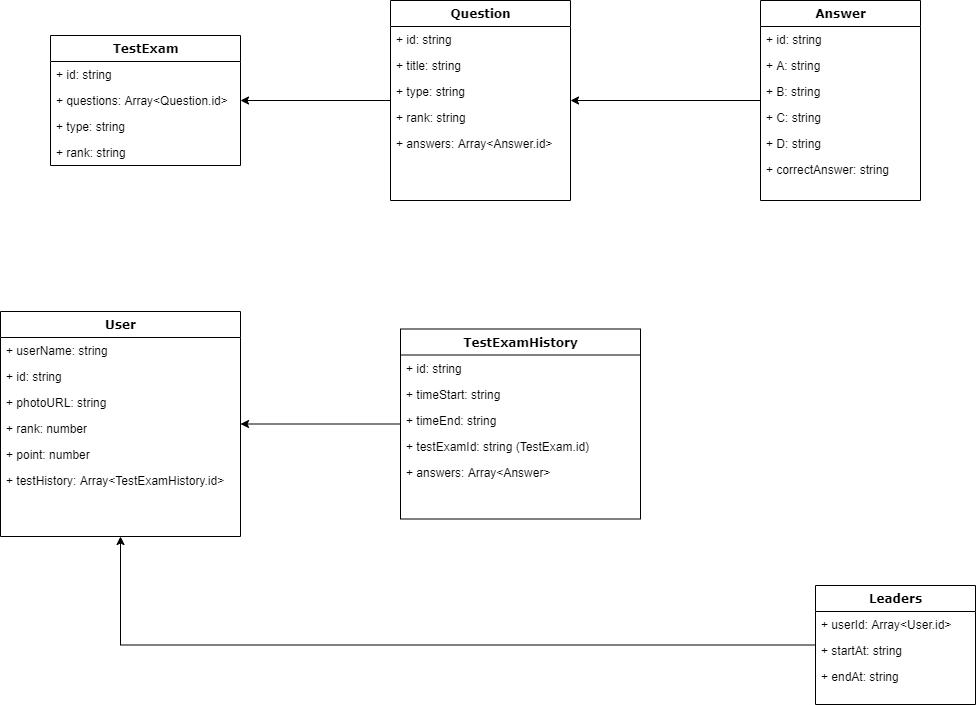
Above: Prototype/Untitled Diagram.png in nguyenbinhanltv/EnQ-server (draw.io), before the change. Source tidied: cells renumbered, new cells last; positions are measured from the earlier drawing's top-left corner, leaving out a move shared by most shapes.
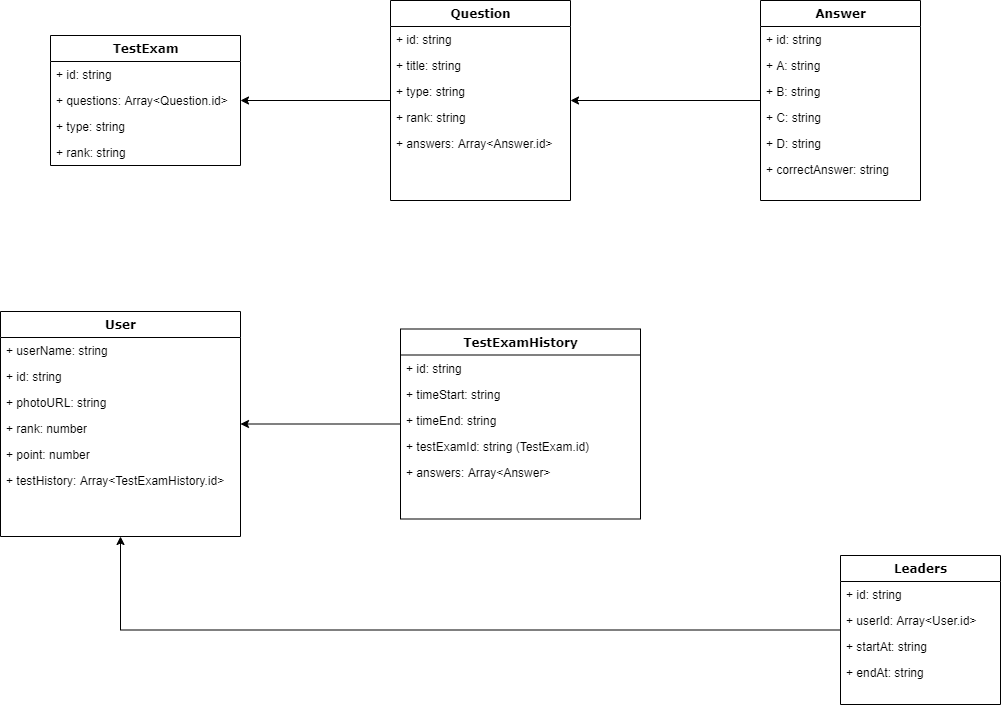
Later version of the same file.

Change to the diagram source:
```diff
@@ -108,16 +108,19 @@
       <mxGeometry relative="1" as="geometry" />
     </mxCell>
     <mxCell id="37" value="Leaders" style="swimlane;html=1;fontStyle=1;align=center;verticalAlign=top;horizontal=1;startSize=26;swimlaneFillColor=#ffffff;rounded=0;shadow=0;comic=0;labelBackgroundColor=none;strokeWidth=1;fillColor=none;fontFamily=Verdana;fontSize=12;" parent="1" vertex="1">
-      <mxGeometry x="815" y="585" width="160" height="119" as="geometry" />
+      <mxGeometry x="840" y="555" width="160" height="149" as="geometry" />
     </mxCell>
+    <mxCell id="40" value="+ id: string" style="text;html=1;strokeColor=none;fillColor=none;align=left;verticalAlign=top;spacingLeft=4;spacingRight=4;whiteSpace=wrap;overflow=hidden;" parent="37" vertex="1">
+      <mxGeometry y="26" width="160" height="26" as="geometry" />
+    </mxCell>
     <mxCell id="38" value="+ userId: Array&amp;lt;User.id&amp;gt;" style="text;html=1;strokeColor=none;fillColor=none;align=left;verticalAlign=top;spacingLeft=4;spacingRight=4;whiteSpace=wrap;overflow=hidden;" parent="37" vertex="1">
-      <mxGeometry y="26" width="160" height="26" as="geometry" />
+      <mxGeometry y="52" width="160" height="26" as="geometry" />
     </mxCell>
     <mxCell id="39" value="+ startAt: string" style="text;html=1;strokeColor=none;fillColor=none;align=left;verticalAlign=top;spacingLeft=4;spacingRight=4;whiteSpace=wrap;overflow=hidden;" parent="37" vertex="1">
-      <mxGeometry y="52" width="160" height="26" as="geometry" />
+      <mxGeometry y="78" width="160" height="26" as="geometry" />
     </mxCell>
-    <mxCell id="40" value="+ endAt: string" style="text;html=1;strokeColor=none;fillColor=none;align=left;verticalAlign=top;spacingLeft=4;spacingRight=4;whiteSpace=wrap;overflow=hidden;" parent="37" vertex="1">
-      <mxGeometry y="78" width="160" height="26" as="geometry" />
-    </mxCell>
+    <mxCell id="41" value="+ endAt: string" style="text;html=1;strokeColor=none;fillColor=none;align=left;verticalAlign=top;spacingLeft=4;spacingRight=4;whiteSpace=wrap;overflow=hidden;" parent="37" vertex="1">
+      <mxGeometry y="104" width="160" height="26" as="geometry" />
+    </mxCell>
   </root>
 </mxGraphModel>
```
